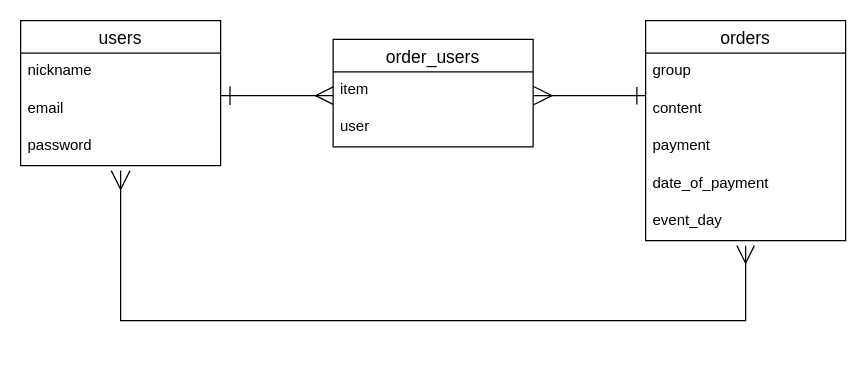
The draw.io diagram er.dio in toritori3165/oshikatsu, before the edit. Source tidied: cells renumbered, new cells numbered last; positions are measured from the earlier drawing's top-left corner, leaving out a move shared by most shapes. Both pictures are drawn from the tidied source at 125%, with x=0, y=0 at pixel (20, 20).
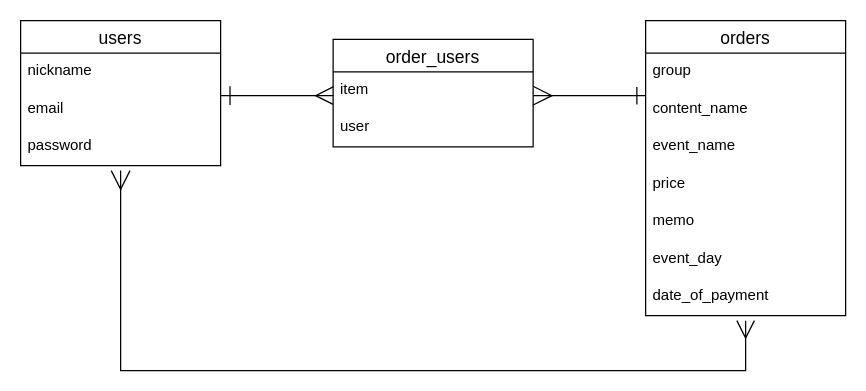
The same page after the edit.

Unchanged cells that the change refers to:
```xml
<mxCell id="5" value="password" style="text;strokeColor=none;fillColor=none;spacingLeft=4;spacingRight=4;overflow=hidden;points=[[0,0.5],[1,0.5]];portConstraint=eastwest;fontSize=12;" parent="2" vertex="1">
  <mxGeometry y="86" width="160" height="30" as="geometry" />
</mxCell>
```

Change to the diagram source:
```diff
@@
     <mxCell id="9" value="orders" style="swimlane;fontStyle=0;horizontal=1;startSize=26;align=center;fontSize=14;" parent="1" vertex="1">
-      <mxGeometry x="500" width="160" height="176" as="geometry" />
+      <mxGeometry x="500" width="160" height="236" as="geometry" />
     </mxCell>
@@
-    <mxCell id="11" value="content" style="text;strokeColor=none;fillColor=none;spacingLeft=4;spacingRight=4;overflow=hidden;fontSize=12;" parent="9" vertex="1">
+    <mxCell id="11" value="content_name" style="text;strokeColor=none;fillColor=none;spacingLeft=4;spacingRight=4;overflow=hidden;fontSize=12;" parent="9" vertex="1">
       <mxGeometry y="56" width="160" height="30" as="geometry" />
     </mxCell>
-    <mxCell id="12" value="payment" style="text;strokeColor=none;fillColor=none;spacingLeft=4;spacingRight=4;overflow=hidden;fontSize=12;" parent="9" vertex="1">
+    <mxCell id="12" value="event_name" style="text;strokeColor=none;fillColor=none;spacingLeft=4;spacingRight=4;overflow=hidden;fontSize=12;" parent="9" vertex="1">
       <mxGeometry y="86" width="160" height="30" as="geometry" />
     </mxCell>
-    <mxCell id="13" value="date_of_payment" style="text;strokeColor=none;fillColor=none;spacingLeft=4;spacingRight=4;overflow=hidden;fontSize=12;" parent="9" vertex="1">
+    <mxCell id="13" value="price" style="text;strokeColor=none;fillColor=none;spacingLeft=4;spacingRight=4;overflow=hidden;fontSize=12;" parent="9" vertex="1">
       <mxGeometry y="116" width="160" height="30" as="geometry" />
     </mxCell>
-    <mxCell id="14" value="event_day" style="text;strokeColor=none;fillColor=none;spacingLeft=4;spacingRight=4;overflow=hidden;fontSize=12;" parent="9" vertex="1">
+    <mxCell id="14" value="memo" style="text;strokeColor=none;fillColor=none;spacingLeft=4;spacingRight=4;overflow=hidden;fontSize=12;" parent="9" vertex="1">
       <mxGeometry y="146" width="160" height="30" as="geometry" />
     </mxCell>
+    <mxCell id="18" value="event_day" style="text;strokeColor=none;fillColor=none;spacingLeft=4;spacingRight=4;overflow=hidden;fontSize=12;" parent="9" vertex="1">
+      <mxGeometry y="176" width="160" height="30" as="geometry" />
+    </mxCell>
+    <mxCell id="19" value="date_of_payment" style="text;strokeColor=none;fillColor=none;spacingLeft=4;spacingRight=4;overflow=hidden;fontSize=12;" parent="9" vertex="1">
+      <mxGeometry y="206" width="160" height="30" as="geometry" />
+    </mxCell>
@@
     <mxCell id="17" style="endArrow=ERmany;html=1;rounded=0;startSize=13;endSize=12;exitX=0.5;exitY=1.133;exitDx=0;exitDy=0;exitPerimeter=0;startArrow=ERmany;startFill=0;endFill=0;" parent="1" edge="1" source="5">
       <mxGeometry relative="1" as="geometry">
-        <mxPoint x="580" y="180" as="targetPoint" />
+        <mxPoint x="580" y="240" as="targetPoint" />
         <Array as="points">
-          <mxPoint x="80" y="240" />
-          <mxPoint x="210" y="240" />
-          <mxPoint x="580" y="240" />
+          <mxPoint x="80" y="280" />
+          <mxPoint x="340" y="280" />
+          <mxPoint x="580" y="280" />
         </Array>
       </mxGeometry>
     </mxCell>
```
